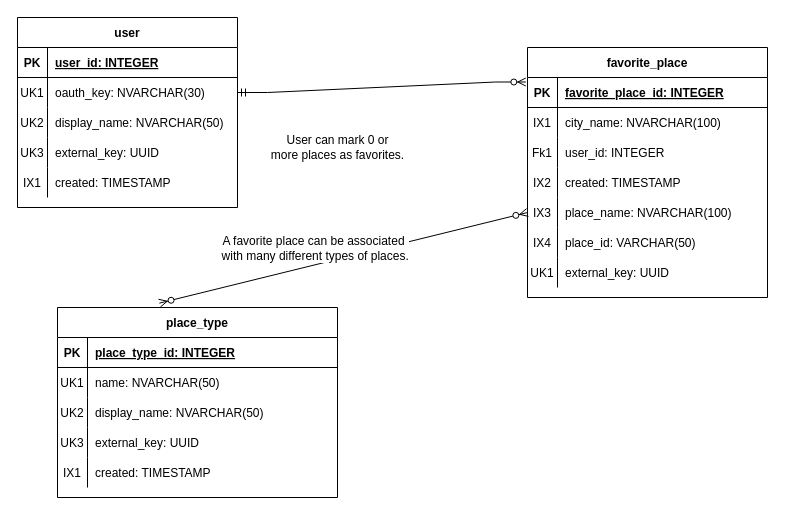
This is docs/work/erd.drawio from northern-nm-highlights/northern-nm-highlights.github.io, a draw.io file, before an edit. Source tidied: cells renumbered, new cells numbered last; positions are measured from the earlier drawing's top-left corner, leaving out a move shared by most shapes. Both pictures are drawn from the tidied source at 100%, with x=0, y=0 at pixel (17, 17).
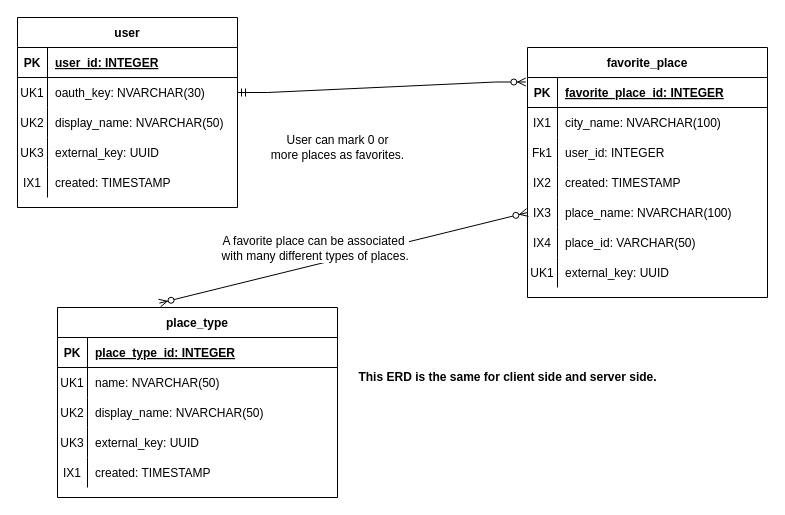
After the change.

Change to the diagram source:
```diff
@@
+    <mxCell id="59" value="&lt;b&gt;This ERD is the same for client side and server side.&lt;/b&gt;" style="text;html=1;align=center;verticalAlign=middle;strokeColor=none;fillColor=none;" parent="1" vertex="1">
+      <mxGeometry x="335" y="350" width="310" height="20" as="geometry" />
+    </mxCell>
```
